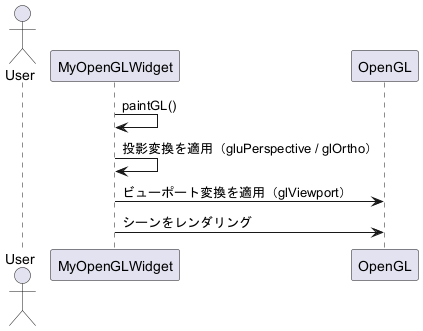
ChihiroYamashita/cg-repo keeps this PlantUML diagram as html/inline_umlgraph_3.png. Above is the earlier version. The source it was exported from:
```plantuml
@startuml inline_umlgraph_3.png
actor User


MyOpenGLWidget -> MyOpenGLWidget : paintGL()
MyOpenGLWidget -> MyOpenGLWidget : 投影変換を適用（gluPerspective / glOrtho）
MyOpenGLWidget -> OpenGL : ビューポート変換を適用（glViewport）
MyOpenGLWidget -> OpenGL : シーンをレンダリング
@enduml
```
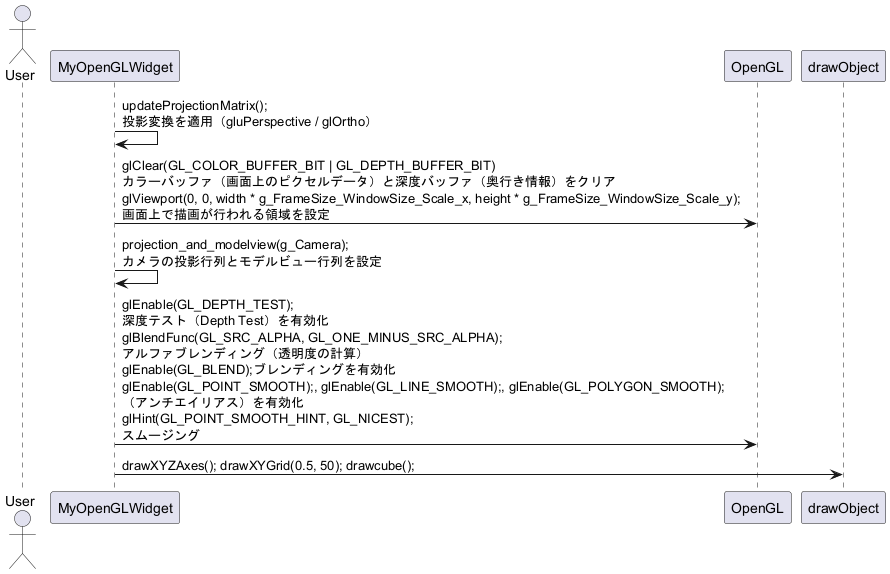
Above is the later version.

The edit, as a diff of the source:
```diff
@@ -2,8 +2,11 @@
 actor User
 
 
-MyOpenGLWidget -> MyOpenGLWidget : paintGL()
-MyOpenGLWidget -> MyOpenGLWidget : 投影変換を適用（gluPerspective / glOrtho）
-MyOpenGLWidget -> OpenGL : ビューポート変換を適用（glViewport）
-MyOpenGLWidget -> OpenGL : シーンをレンダリング
+
+MyOpenGLWidget -> MyOpenGLWidget : updateProjectionMatrix();\n投影変換を適用（gluPerspective / glOrtho）
+MyOpenGLWidget -> OpenGL : glClear(GL_COLOR_BUFFER_BIT | GL_DEPTH_BUFFER_BIT)\nカラーバッファ（画面上のピクセルデータ）と深度バッファ（奥行き情報）をクリア\nglViewport(0, 0, width * g_FrameSize_WindowSize_Scale_x, height * g_FrameSize_WindowSize_Scale_y);\n画面上で描画が行われる領域を設定
+
+MyOpenGLWidget -> MyOpenGLWidget : projection_and_modelview(g_Camera);\nカメラの投影行列とモデルビュー行列を設定
+MyOpenGLWidget -> OpenGL : glEnable(GL_DEPTH_TEST);\n深度テスト（Depth Test）を有効化\nglBlendFunc(GL_SRC_ALPHA, GL_ONE_MINUS_SRC_ALPHA);\nアルファブレンディング（透明度の計算）\nglEnable(GL_BLEND);ブレンディングを有効化\nglEnable(GL_POINT_SMOOTH);, glEnable(GL_LINE_SMOOTH);, glEnable(GL_POLYGON_SMOOTH);\n（アンチエイリアス）を有効化\nglHint(GL_POINT_SMOOTH_HINT, GL_NICEST);\nスムージング
+MyOpenGLWidget -> drawObject :drawXYZAxes(); drawXYGrid(0.5, 50); drawcube();
 @enduml
```
